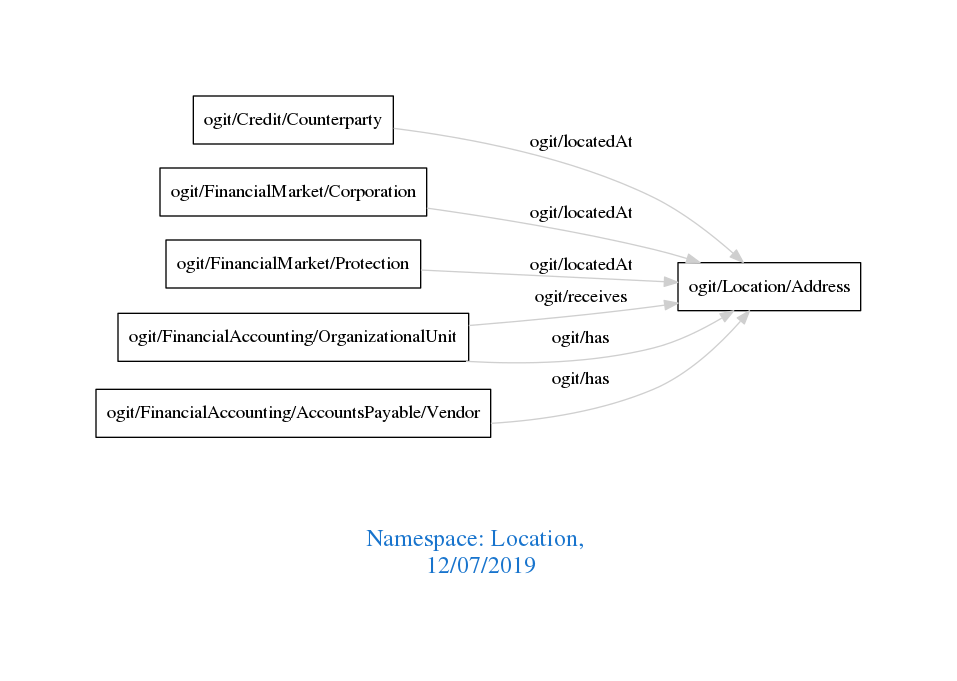
Above: downloads/Location.png in arago/OGIT (Graphviz), before the change. Its source is kept beside it as downloads/Location.dot.
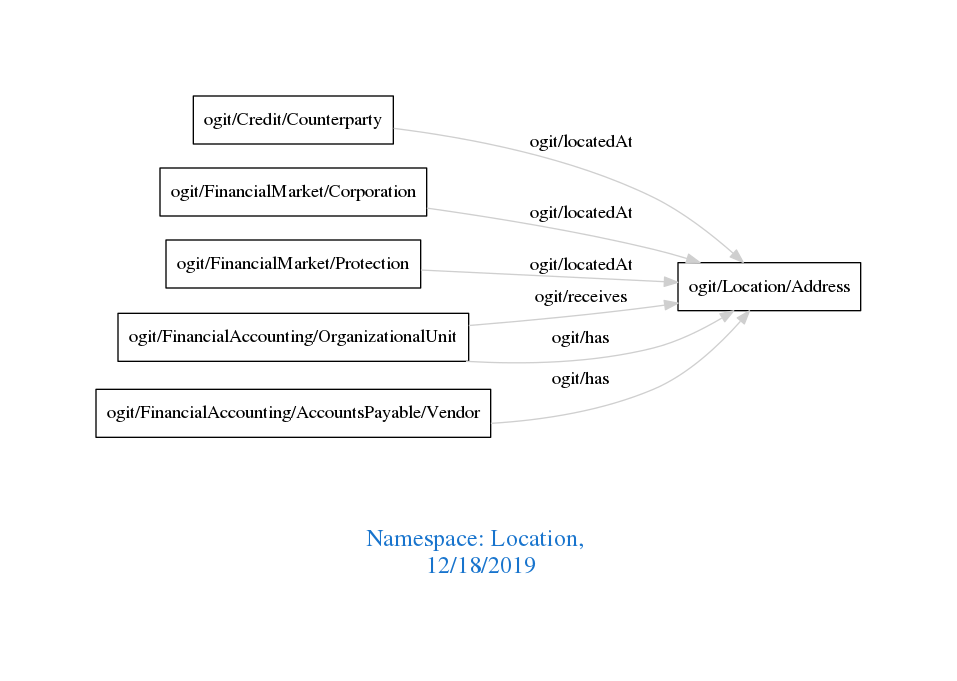
The same diagram one commit later.

The edit, as a diff of the source:
```diff
@@ -1,7 +1,7 @@
 digraph OGIT_ontology {
  graph [ rankdir= LR,pad=1
 fontsize = 18,
-fontcolor= dodgerblue3,label = "\n\n\nNamespace: Location, \n 12/07/2019"];
+fontcolor= dodgerblue3,label = "\n\n\nNamespace: Location, \n 12/18/2019"];
 node[shape=polygon];
 edge [  color="gray81"];
 
```
